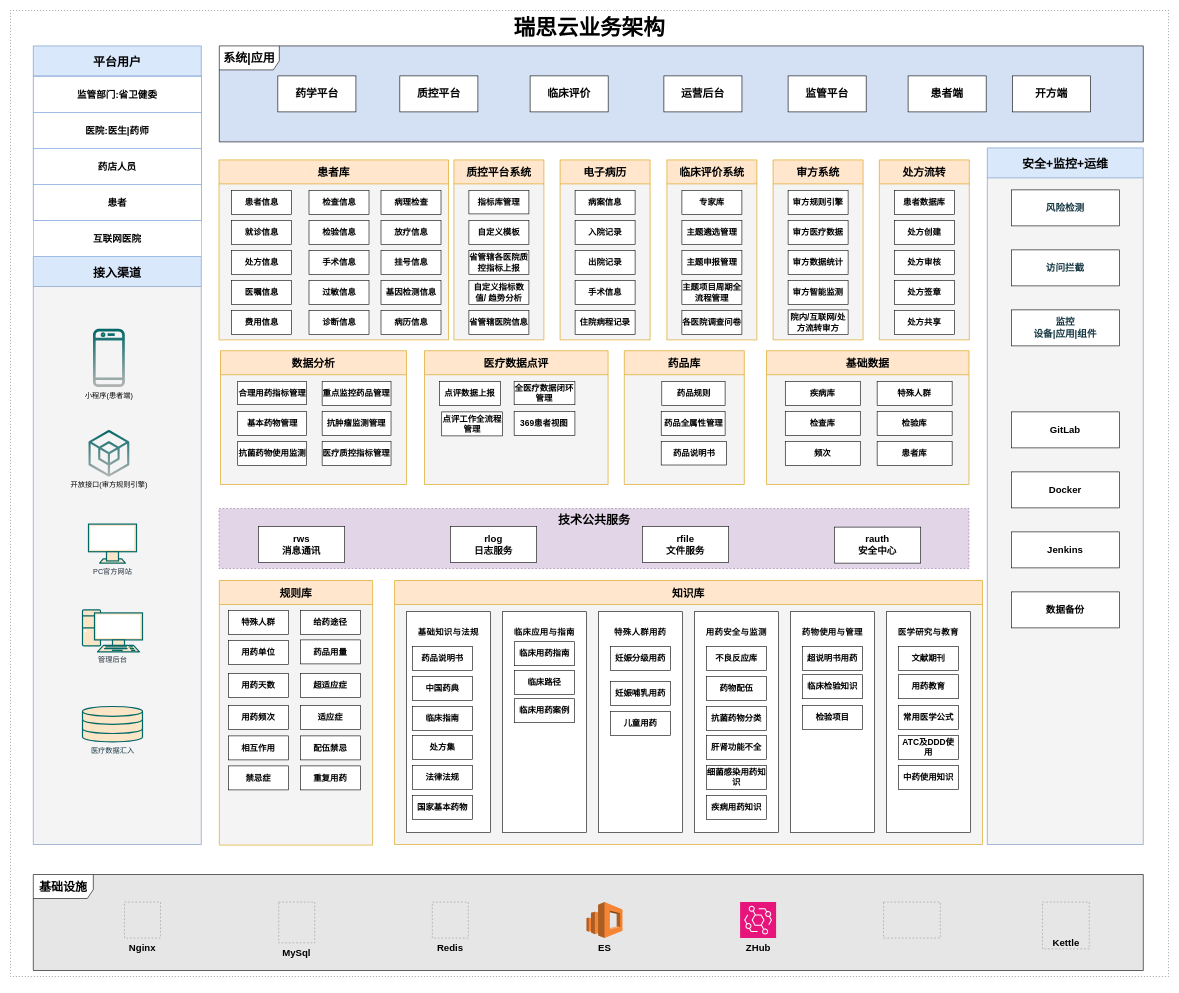
Earlier version of the draw.io diagram page "【瑞思云业务架构】" (1 of 3) of 未命名绘图.drawio (tc608/dfile). Source tidied: cells renumbered, new cells numbered last; positions are measured from the earlier drawing's top-left corner, leaving out a move shared by most shapes. Both pictures are drawn from the tidied source at 60%, with x=0, y=0 at pixel (10, 10). Pictures stored in the file or linked from it are replaced by grey dashed boxes.
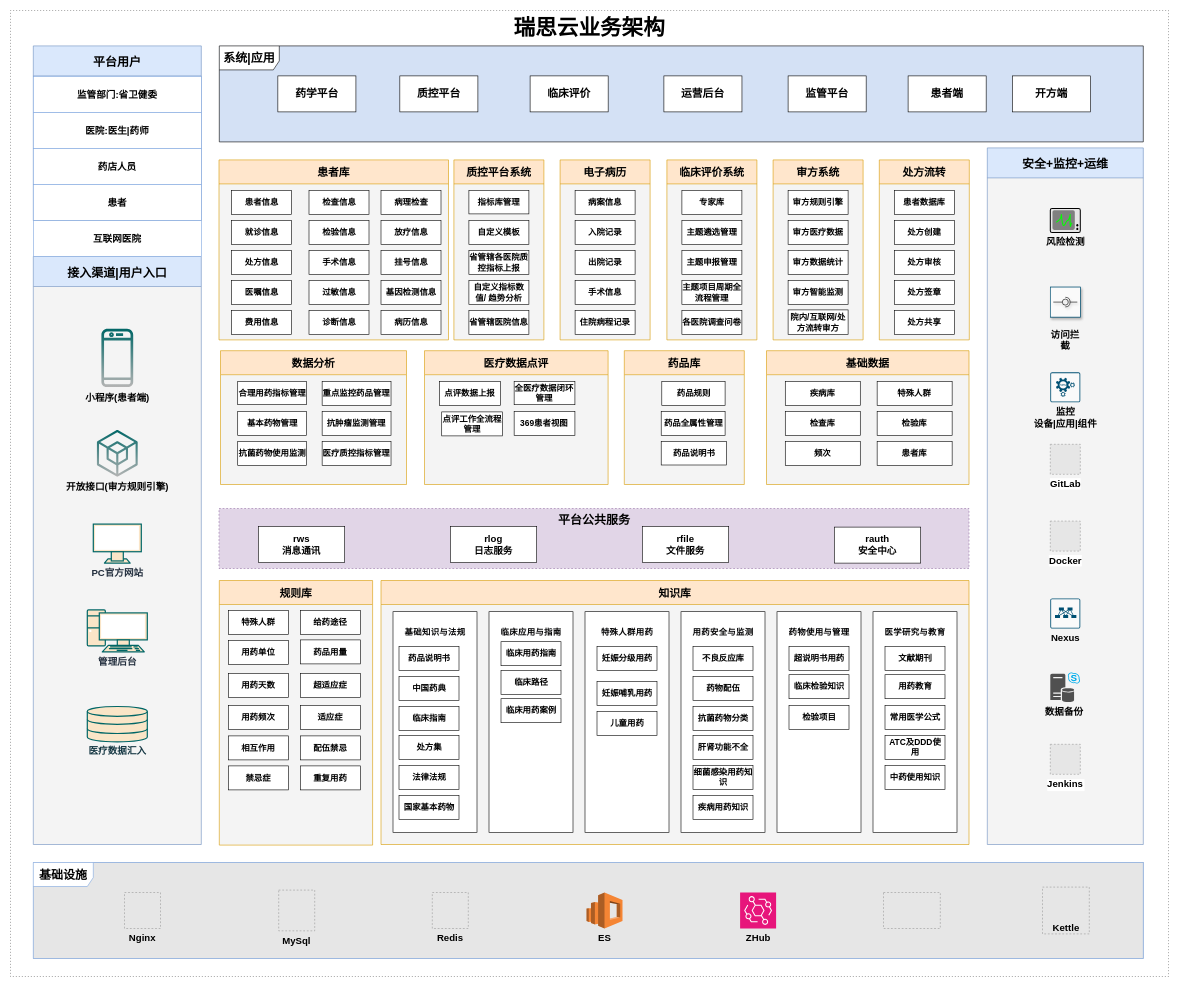
The same page after the edit.

Commit message:
更新未命名绘图.drawio

The change refers to these unchanged cells:
```xml
<mxCell id="126" style="group;" parent="1" vertex="1">
  <mxGeometry x="1628" y="229" width="260" height="1161" as="geometry" />
</mxCell>
<mxCell id="127" value="安全+监控+运维" style="swimlane;fontSize=20;align=center;swimlaneFillColor=#f4f4f4;fillColor=#dae8fc;startSize=50;strokeColor=#6c8ebf;fontStyle=1;" parent="126" vertex="1">
  <mxGeometry width="260" height="1161" as="geometry" />
</mxCell>
<mxCell id="135" style="group;" parent="1" vertex="1">
  <mxGeometry x="347.5" y="830" width="1250" height="100" as="geometry" />
</mxCell>
```

Diff of the diagram source:
```diff
@@
-    <mxCell id="3" value="接入渠道" style="swimlane;fontSize=20;align=center;swimlaneFillColor=#f4f4f4;fillColor=#dae8fc;startSize=50;strokeColor=#6c8ebf;fontStyle=1;" parent="1" vertex="1">
+    <mxCell id="3" value="接入渠道|用户入口" style="swimlane;fontSize=20;align=center;swimlaneFillColor=#f4f4f4;fillColor=#dae8fc;startSize=50;strokeColor=#6c8ebf;fontStyle=1;" parent="1" vertex="1">
       <mxGeometry x="38" y="410" width="280" height="980" as="geometry" />
     </mxCell>
-    <mxCell id="4" value="&lt;span style=&quot;color: rgb(35 , 47 , 62)&quot;&gt;管理后台&lt;/span&gt;" style="verticalAlign=top;verticalLabelPosition=bottom;labelPosition=center;align=center;html=1;fillColor=#FAE5C7;strokeColor=#006666;gradientDirection=north;strokeWidth=2;shape=mxgraph.networks.pc;fontColor=#143642;" parent="3" vertex="1">
-      <mxGeometry x="82" y="589" width="100" height="70" as="geometry" />
+    <mxCell id="4" value="&lt;span style=&quot;color: rgb(35, 47, 62); font-size: 16px;&quot;&gt;管理后台&lt;/span&gt;" style="verticalAlign=top;verticalLabelPosition=bottom;labelPosition=center;align=center;html=1;fillColor=#FAE5C7;strokeColor=#006666;gradientDirection=north;strokeWidth=2;shape=mxgraph.networks.pc;fontColor=#143642;fontSize=16;fontStyle=1;" parent="3" vertex="1">
+      <mxGeometry x="90" y="589" width="100" height="70" as="geometry" />
     </mxCell>
-    <mxCell id="5" value="&lt;span style=&quot;color: rgb(35 , 47 , 62)&quot;&gt;PC官方网站&lt;/span&gt;" style="verticalAlign=top;verticalLabelPosition=bottom;labelPosition=center;align=center;html=1;fillColor=#FAE5C7;strokeColor=#006666;gradientDirection=north;strokeWidth=2;shape=mxgraph.networks.monitor;fontColor=#143642;" parent="3" vertex="1">
-      <mxGeometry x="92" y="446" width="80" height="65" as="geometry" />
+    <mxCell id="5" value="&lt;span style=&quot;color: rgb(35, 47, 62); font-size: 16px;&quot;&gt;PC官方网站&lt;/span&gt;" style="verticalAlign=top;verticalLabelPosition=bottom;labelPosition=center;align=center;html=1;fillColor=#FAE5C7;strokeColor=#006666;gradientDirection=north;strokeWidth=2;shape=mxgraph.networks.monitor;fontColor=#143642;fontSize=16;fontStyle=1;" parent="3" vertex="1">
+      <mxGeometry x="100" y="446" width="80" height="65" as="geometry" />
     </mxCell>
-    <mxCell id="6" value="开放接口(审方规则引擎)" style="fillColor=#006666;strokeColor=#666666;dashed=0;verticalLabelPosition=bottom;verticalAlign=top;align=center;html=1;fontSize=12;fontStyle=0;shape=mxgraph.aws4.external_sdk;labelBackgroundColor=none;gradientColor=#b3b3b3;" parent="3" vertex="1">
-      <mxGeometry x="92" y="289" width="68" height="78" as="geometry" />
+    <mxCell id="6" value="开放接口(审方规则引擎)" style="fillColor=#006666;strokeColor=#666666;dashed=0;verticalLabelPosition=bottom;verticalAlign=top;align=center;html=1;fontSize=16;fontStyle=1;shape=mxgraph.aws4.external_sdk;labelBackgroundColor=none;gradientColor=#b3b3b3;" parent="3" vertex="1">
+      <mxGeometry x="106" y="289" width="68" height="78" as="geometry" />
     </mxCell>
-    <mxCell id="7" value="小程序(患者端)" style="strokeColor=#006666;fillColor=#006666;dashed=0;verticalLabelPosition=bottom;verticalAlign=top;align=center;fontSize=12;fontStyle=0;shape=mxgraph.aws4.mobile_client;labelBackgroundColor=none;html=1;gradientColor=#b3b3b3;" parent="3" vertex="1">
-      <mxGeometry x="99.5" y="119" width="53" height="100" as="geometry" />
+    <mxCell id="7" value="小程序(患者端)" style="strokeColor=#006666;fillColor=#006666;dashed=0;verticalLabelPosition=bottom;verticalAlign=top;align=center;fontSize=16;fontStyle=1;shape=mxgraph.aws4.mobile_client;labelBackgroundColor=none;html=1;gradientColor=#b3b3b3;" parent="3" vertex="1">
+      <mxGeometry x="113.5" y="119" width="53" height="100" as="geometry" />
     </mxCell>
-    <mxCell id="8" value="医疗数据汇入" style="html=1;verticalLabelPosition=bottom;align=center;labelBackgroundColor=none;verticalAlign=middle;strokeWidth=2;strokeColor=#006666;shadow=0;dashed=0;shape=mxgraph.ios7.icons.data;fontFamily=Helvetica;fontSize=12;fontColor=#143642;fillColor=#FAE5C7;gradientDirection=north;spacingRight=0;spacing=0;spacingTop=-30;" parent="3" vertex="1">
-      <mxGeometry x="82" y="750" width="100" height="59.1" as="geometry" />
+    <mxCell id="8" value="医疗数据汇入" style="html=1;verticalLabelPosition=bottom;align=center;labelBackgroundColor=none;verticalAlign=middle;strokeWidth=2;strokeColor=#006666;shadow=0;dashed=0;shape=mxgraph.ios7.icons.data;fontFamily=Helvetica;fontSize=16;fontColor=#143642;fillColor=#FAE5C7;gradientDirection=north;spacingRight=0;spacing=0;spacingTop=-30;fontStyle=1;" parent="3" vertex="1">
+      <mxGeometry x="90" y="750" width="100" height="59.1" as="geometry" />
     </mxCell>
-    <mxCell id="9" style="group;" parent="1" vertex="1">
-      <mxGeometry x="38" y="1460" width="1850" height="160" as="geometry" />
+    <mxCell id="9" style="group;strokeColor=#6C8EBF;rounded=0;arcSize=19;fillColor=default;opacity=80;" parent="1" vertex="1">
+      <mxGeometry x="38" y="1420" width="1850" height="160" as="geometry" />
     </mxCell>
-    <mxCell id="10" value="&lt;b style=&quot;border-color: var(--border-color); text-align: left;&quot;&gt;&lt;font style=&quot;font-size: 20px;&quot;&gt;基础设施&lt;/font&gt;&lt;/b&gt;" style="shape=umlFrame;whiteSpace=wrap;html=1;swimlaneFillColor=#E6E6E6;width=100;height=40;" parent="9" vertex="1">
-      <mxGeometry y="-20" width="1850" height="160" as="geometry" />
+    <mxCell id="10" value="&lt;b style=&quot;border-color: var(--border-color); text-align: left;&quot;&gt;&lt;font style=&quot;font-size: 20px;&quot;&gt;基础设施&lt;/font&gt;&lt;/b&gt;" style="shape=umlFrame;whiteSpace=wrap;html=1;swimlaneFillColor=#E6E6E6;width=100;height=40;strokeColor=#7EA6E0;" parent="9" vertex="1">
+      <mxGeometry width="1850" height="160" as="geometry" />
     </mxCell>
     <mxCell id="11" value="Nginx" style="fillColor=#E6E6E6;strokeColor=#999999;dashed=1;verticalLabelPosition=bottom;labelBackgroundColor=none;verticalAlign=top;fontSize=16;fontStyle=1;" parent="9" vertex="1">
-      <mxGeometry x="152" y="26" width="60" height="60" as="geometry" />
+      <mxGeometry x="152" y="50" width="60" height="60" as="geometry" />
     </mxCell>
     <mxCell id="12" value="MySql" style="fillColor=#E6E6E6;strokeColor=#999999;dashed=1;verticalLabelPosition=bottom;labelBackgroundColor=none;verticalAlign=top;fontSize=16;fontStyle=1;" parent="9" vertex="1">
-      <mxGeometry x="409" y="26" width="60" height="67.9" as="geometry" />
+      <mxGeometry x="409" y="46" width="60" height="67.9" as="geometry" />
     </mxCell>
     <mxCell id="13" value="Redis" style="fillColor=#E6E6E6;strokeColor=#999999;dashed=1;verticalLabelPosition=bottom;labelBackgroundColor=none;verticalAlign=top;align=center;fontFamily=Helvetica;fontSize=16;fontColor=default;fontStyle=1;" parent="9" vertex="1">
-      <mxGeometry x="665" y="26" width="60" height="60" as="geometry" />
+      <mxGeometry x="665" y="50" width="60" height="60" as="geometry" />
     </mxCell>
     <mxCell id="14" value="&lt;span style=&quot;font-size: 16px; text-wrap: wrap;&quot;&gt;ES&lt;/span&gt;" style="dashed=0;verticalLabelPosition=bottom;verticalAlign=top;align=center;html=1;shape=mxgraph.aws3.elasticsearch_service;fillColor=#F58534;gradientColor=none;labelBackgroundColor=none;fontSize=16;fontStyle=1;" parent="9" vertex="1">
-      <mxGeometry x="922" y="26" width="60" height="60" as="geometry" />
+      <mxGeometry x="922" y="50" width="60" height="60" as="geometry" />
     </mxCell>
     <mxCell id="15" value="&lt;span style=&quot;color: rgb(0, 0, 0); font-size: 16px; text-wrap: wrap; border-color: var(--border-color);&quot;&gt;ZHub&lt;/span&gt;" style="sketch=0;fontColor=#232F3E;fillColor=#E7157B;strokeColor=#ffffff;dashed=0;verticalLabelPosition=bottom;verticalAlign=top;align=center;html=1;fontSize=16;fontStyle=1;shape=mxgraph.aws4.resourceIcon;resIcon=mxgraph.aws4.eventbridge;labelBackgroundColor=none;" parent="9" vertex="1">
-      <mxGeometry x="1178" y="26" width="60" height="60" as="geometry" />
+      <mxGeometry x="1178" y="50" width="60" height="60" as="geometry" />
     </mxCell>
     <mxCell id="16" style="fillColor=#E6E6E6;strokeColor=#999999;dashed=1;verticalLabelPosition=bottom;labelBackgroundColor=none;verticalAlign=top;fontSize=16;fontStyle=1;" parent="9" vertex="1">
-      <mxGeometry x="1417" y="26" width="94.7" height="60" as="geometry" />
+      <mxGeometry x="1417" y="50" width="94.7" height="60" as="geometry" />
     </mxCell>
     <mxCell id="17" value="&lt;span style=&quot;font-size: 16px; text-wrap: wrap;&quot;&gt;Kettle&lt;/span&gt;" style="fillColor=#E6E6E6;strokeColor=#999999;dashed=1;html=1;verticalAlign=top;verticalLabelPosition=bottom;labelBackgroundColor=none;align=center;spacing=-24;fontSize=16;fontStyle=1;" parent="9" vertex="1">
-      <mxGeometry x="1682" y="26" width="78" height="78" as="geometry" />
+      <mxGeometry x="1682" y="41" width="78" height="78" as="geometry" />
     </mxCell>
@@
     <mxCell id="78" style="group;" parent="1" vertex="1">
-      <mxGeometry x="640" y="950" width="980" height="440" as="geometry" />
+      <mxGeometry x="617.5" y="950" width="980" height="440" as="geometry" />
     </mxCell>
@@
-    <mxCell id="128" value="GitLab" style="whiteSpace=wrap;html=1;fontStyle=1;fontSize=16;" parent="127" vertex="1">
-      <mxGeometry x="40" y="440" width="180" height="60" as="geometry" />
+    <mxCell id="128" value="GitLab" style="fillColor=#E6E6E6;strokeColor=#999999;dashed=1;html=1;verticalAlign=top;verticalLabelPosition=bottom;labelBackgroundColor=#ffffff;align=center;fontFamily=Helvetica;fontSize=16;fontColor=default;fontStyle=1;" parent="127" vertex="1">
+      <mxGeometry x="105" y="494" width="50" height="50" as="geometry" />
     </mxCell>
-    <mxCell id="129" value="Docker" style="whiteSpace=wrap;html=1;fontStyle=1;fontSize=16;" parent="127" vertex="1">
-      <mxGeometry x="40" y="540" width="180" height="60" as="geometry" />
+    <mxCell id="129" value="Docker" style="fillColor=#E6E6E6;strokeColor=#999999;dashed=1;html=1;verticalAlign=top;verticalLabelPosition=bottom;labelBackgroundColor=#ffffff;align=center;fontFamily=Helvetica;fontSize=16;fontColor=default;fontStyle=1;" parent="127" vertex="1">
+      <mxGeometry x="105" y="622" width="50" height="50" as="geometry" />
     </mxCell>
+    <mxCell id="174" value="Nexus" style="sketch=0;verticalLabelPosition=bottom;html=1;verticalAlign=top;align=center;shape=mxgraph.cisco19.rect;prIcon=nexus_9300;fillColor=#FAFAFA;strokeColor=#005073;fontSize=16;fontStyle=1;" parent="127" vertex="1">
+      <mxGeometry x="105" y="751" width="50" height="50" as="geometry" />
+    </mxCell>
+    <mxCell id="131" value="数据备份&amp;nbsp;" style="sketch=0;shadow=0;dashed=0;html=1;strokeColor=none;fillColor=#505050;labelPosition=center;verticalLabelPosition=bottom;verticalAlign=top;align=center;shape=mxgraph.office.servers.skype_for_business_back_end_server;fontSize=16;fontStyle=1;" parent="127" vertex="1">
+      <mxGeometry x="105" y="874" width="50" height="50" as="geometry" />
+    </mxCell>
-    <mxCell id="130" value="Jenkins" style="whiteSpace=wrap;html=1;fontStyle=1;fontSize=16;" parent="127" vertex="1">
-      <mxGeometry x="40" y="640" width="180" height="60" as="geometry" />
+    <mxCell id="130" value="Jenkins" style="fillColor=#E6E6E6;strokeColor=#999999;dashed=1;verticalLabelPosition=bottom;labelBackgroundColor=default;verticalAlign=top;fontSize=16;fontStyle=1;" parent="127" vertex="1">
+      <mxGeometry x="105" y="994" width="50" height="50" as="geometry" />
     </mxCell>
-    <mxCell id="131" value="数据备份" style="whiteSpace=wrap;html=1;align=center;rounded=0;shadow=0;glass=0;strokeColor=default;fillColor=default;fontColor=default;verticalAlign=middle;fontFamily=Helvetica;fontSize=16;fontStyle=1;" parent="127" vertex="1">
-      <mxGeometry x="40" y="740" width="180" height="60" as="geometry" />
-    </mxCell>
-    <mxCell id="132" value="&lt;font style=&quot;font-size: 16px;&quot;&gt;&lt;span style=&quot;color: rgb(20, 54, 66); font-size: 16px;&quot;&gt;&lt;span style=&quot;font-size: 16px;&quot;&gt;监控&lt;/span&gt;&lt;/span&gt;&lt;br style=&quot;color: rgb(20, 54, 66); font-size: 16px;&quot;&gt;&lt;span style=&quot;color: rgb(20, 54, 66); font-size: 16px;&quot;&gt;设备|应用|组件&lt;/span&gt;&lt;/font&gt;" style="whiteSpace=wrap;html=1;fontSize=16;fontStyle=1;" parent="126" vertex="1">
-      <mxGeometry x="40" y="270" width="180" height="60" as="geometry" />
+    <mxCell id="132" value="监控&lt;br style=&quot;font-size: 16px;&quot;&gt;设备|应用|组件" style="sketch=0;verticalLabelPosition=bottom;html=1;verticalAlign=top;align=center;shape=mxgraph.cisco19.rect;prIcon=avc_application_visibility_control2;fillColor=#FAFAFA;strokeColor=#005073;fontSize=16;fontStyle=1;" parent="127" vertex="1">
+      <mxGeometry x="105" y="374" width="50" height="50" as="geometry" />
     </mxCell>
-    <mxCell id="133" value="&lt;font color=&quot;#143642&quot; style=&quot;font-size: 16px;&quot;&gt;&lt;span style=&quot;font-size: 16px;&quot;&gt;&lt;span style=&quot;font-size: 16px;&quot;&gt;风险检测&lt;br style=&quot;font-size: 16px;&quot;&gt;&lt;/span&gt;&lt;/span&gt;&lt;/font&gt;" style="whiteSpace=wrap;html=1;fontSize=16;fontStyle=1;" parent="126" vertex="1">
-      <mxGeometry x="40" y="70" width="180" height="60" as="geometry" />
+    <mxCell id="133" value="&lt;font style=&quot;font-size: 16px;&quot;&gt;风险检测&lt;/font&gt;" style="html=1;strokeWidth=2;dashed=0;align=center;fontSize=16;verticalLabelPosition=bottom;verticalAlign=top;shape=mxgraph.eip.control_bus;fillColor=#005073;strokeColor=#005073;fontStyle=1;" parent="127" vertex="1">
+      <mxGeometry x="105" y="101" width="50" height="40" as="geometry" />
     </mxCell>
-    <mxCell id="134" value="&lt;span style=&quot;color: rgb(20, 54, 66); font-size: 16px;&quot;&gt;&lt;font style=&quot;font-size: 16px;&quot;&gt;&lt;span style=&quot;font-size: 16px;&quot;&gt;访问拦截&lt;/span&gt;&lt;br style=&quot;font-size: 16px;&quot;&gt;&lt;/font&gt;&lt;/span&gt;" style="whiteSpace=wrap;html=1;fontSize=16;fontStyle=1;" parent="126" vertex="1">
-      <mxGeometry x="40" y="170" width="180" height="60" as="geometry" />
-    </mxCell>
@@
-    <mxCell id="136" value="&lt;font style=&quot;font-size: 20px;&quot;&gt;技术公共服务&lt;/font&gt;" style="whiteSpace=wrap;html=1;dashed=1;verticalAlign=top;align=center;fillColor=#e1d5e7;strokeColor=#9673a6;fontSize=18;fontStyle=1;" parent="135" vertex="1">
+    <mxCell id="136" value="&lt;font style=&quot;font-size: 20px;&quot;&gt;平台公共服务&lt;/font&gt;" style="whiteSpace=wrap;html=1;dashed=1;verticalAlign=top;align=center;fillColor=#e1d5e7;strokeColor=#9673a6;fontSize=18;fontStyle=1;" parent="135" vertex="1">
       <mxGeometry width="1250" height="100" as="geometry" />
     </mxCell>
@@
+    <mxCell id="175" style="group;fontSize=16;fontStyle=1;" parent="1" vertex="1">
+      <mxGeometry x="1733" y="461" width="50" height="50" as="geometry" />
+    </mxCell>
+    <mxCell id="176" style="group;strokeColor=#005073;strokeWidth=1;opacity=90;shadow=1;shadowOffsetX=2;verticalAlign=bottom;fontSize=16;fontStyle=1;" parent="175" vertex="1">
+      <mxGeometry width="50" height="50" as="geometry" />
+    </mxCell>
+    <mxCell id="134" value="&lt;div style=&quot;font-size: 16px;&quot;&gt;&lt;br style=&quot;font-size: 16px;&quot;&gt;&lt;/div&gt;&lt;div style=&quot;font-size: 16px;&quot;&gt;&lt;br style=&quot;font-size: 16px;&quot;&gt;&lt;/div&gt;&lt;div style=&quot;font-size: 16px;&quot;&gt;&lt;br style=&quot;font-size: 16px;&quot;&gt;&lt;/div&gt;&lt;div style=&quot;padding-top: 5px; font-size: 16px;&quot;&gt;&lt;span style=&quot;background-color: initial; font-size: 16px;&quot;&gt;访问拦截&lt;/span&gt;&lt;br style=&quot;font-size: 16px;&quot;&gt;&lt;/div&gt;" style="strokeWidth=1;html=1;shape=mxgraph.lean_mapping.schedule;whiteSpace=wrap;align=center;strokeColor=#005073;verticalAlign=top;fontFamily=Helvetica;fontSize=16;fontColor=default;fillColor=#FAFAFA;shadow=1;shadowOffsetX=2;fontStyle=1;" parent="175" vertex="1">
+      <mxGeometry width="50" height="50" as="geometry" />
+    </mxCell>
+    <mxCell id="177" style="rounded=0;jettySize=auto;html=1;endArrow=halfCircle;endFill=0;endSize=6;strokeWidth=1;shadow=1;shadowOffsetX=2;fontSize=16;fontStyle=1;" parent="175" edge="1" target="179">
+      <mxGeometry relative="1" as="geometry">
+        <mxPoint x="45" y="25" as="sourcePoint" />
+      </mxGeometry>
+    </mxCell>
+    <mxCell id="178" style="rounded=0;jettySize=auto;html=1;endArrow=oval;endFill=0;sourcePerimeterSpacing=0;targetPerimeterSpacing=0;endSize=10;strokeWidth=1;shadow=1;shadowOffsetX=2;fontSize=16;fontStyle=1;" parent="175" edge="1" target="179">
+      <mxGeometry relative="1" as="geometry">
+        <mxPoint x="5" y="25" as="sourcePoint" />
+      </mxGeometry>
+    </mxCell>
+    <mxCell id="179" style="ellipse;whiteSpace=wrap;html=1;align=center;fillColor=none;strokeColor=none;perimeter=centerPerimeter;points=[];outlineConnect=1;strokeWidth=1;shadow=1;shadowOffsetX=2;fontSize=16;fontStyle=1;" parent="175" vertex="1">
+      <mxGeometry x="20" y="20" width="10" height="10" as="geometry" />
+    </mxCell>
```
